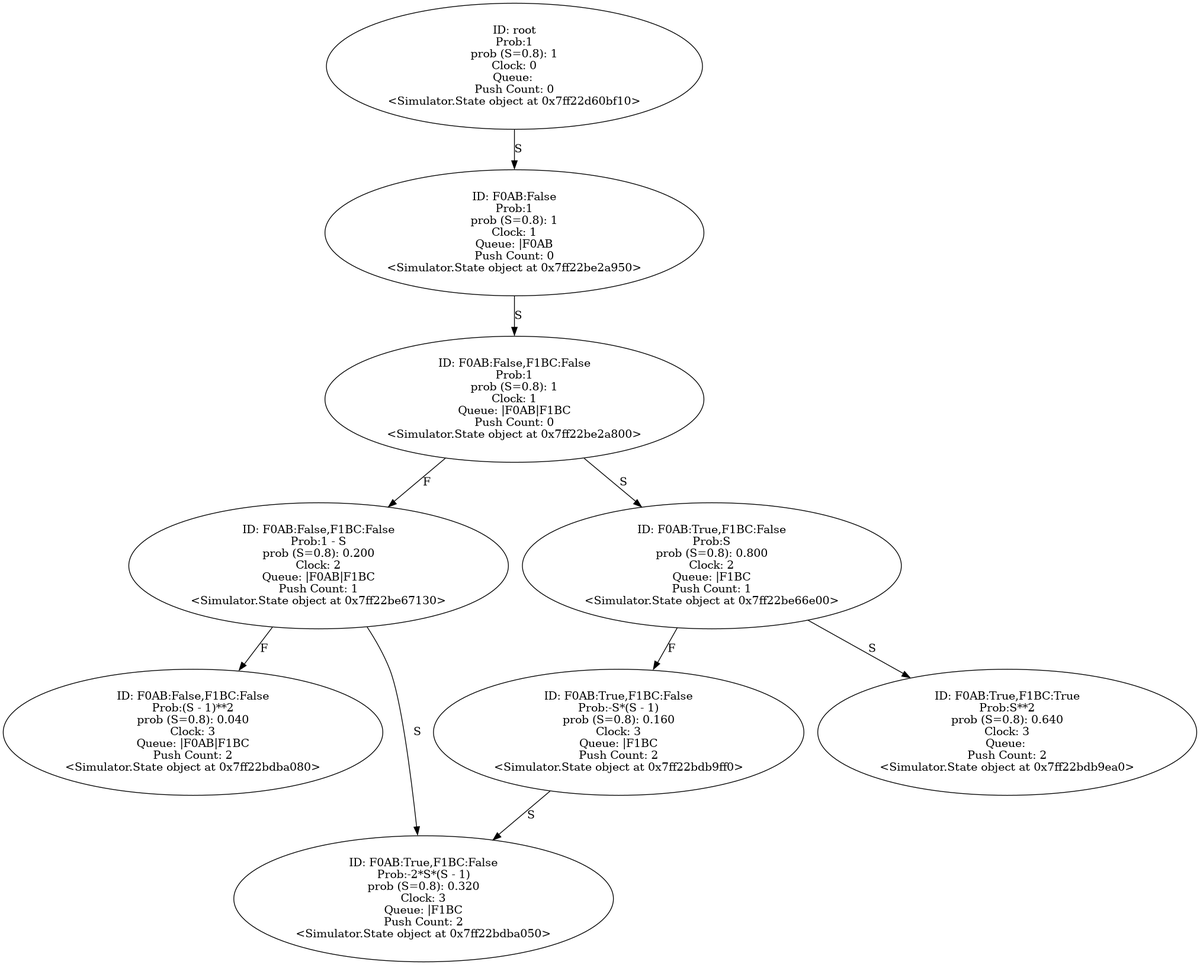
Above: Output/new_full_condition.wrp.gv.png in YasinBoloorchi/WARP-Simulator (Graphviz), before the change. Its source is kept beside it as Output/new_full_condition.wrp.gv.
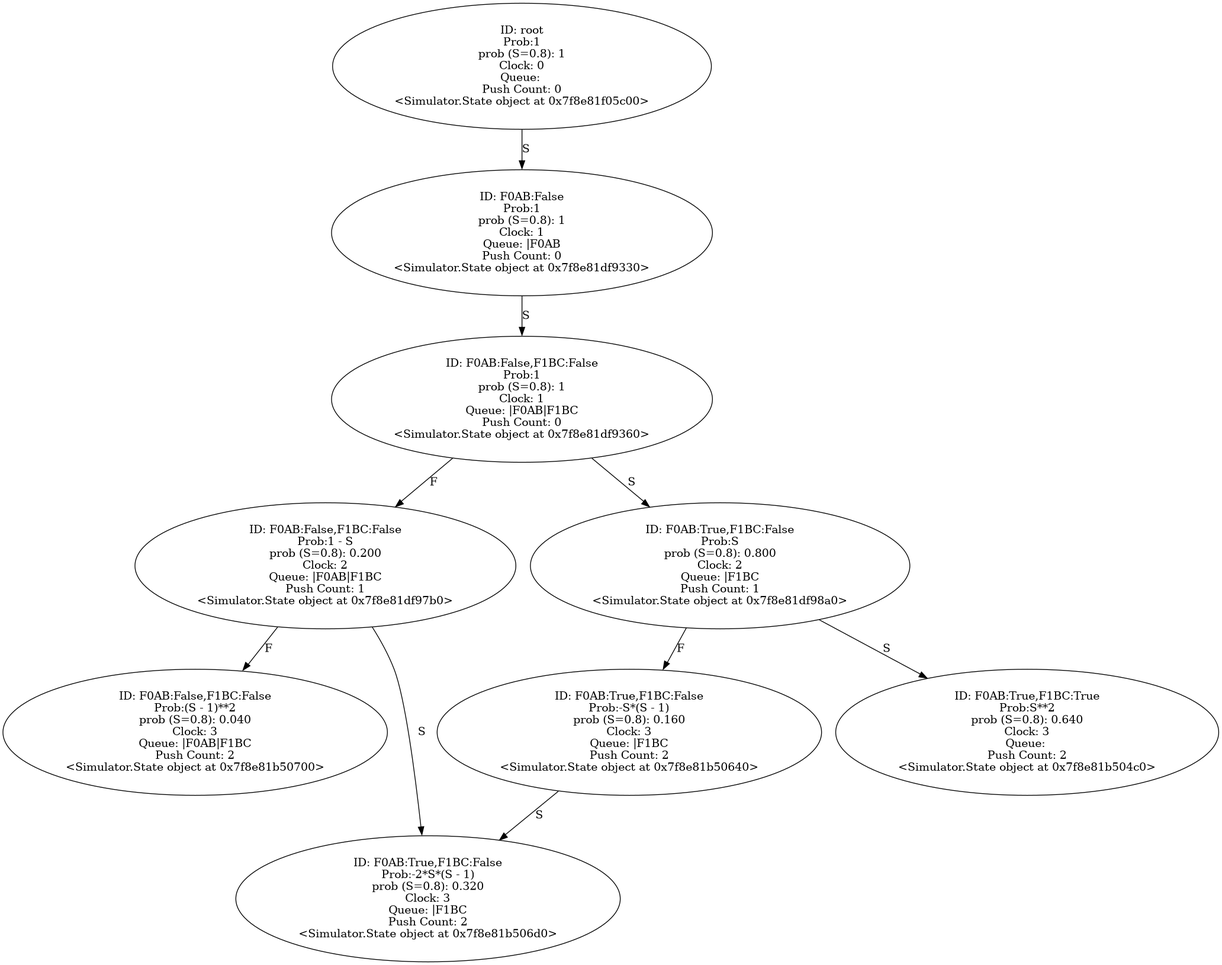
The same diagram one commit later.

Diff of the diagram source:
```diff
@@ -1,74 +1,74 @@
 digraph "./Output/new_full_condition.wrp" {
-	<Simulator.State object at 0x7ff22d60bf10> [label="ID: root
+	<Simulator.State object at 0x7f8e81f05c00> [label="ID: root
 Prob:1
 prob (S=0.8): 1
 Clock: 0
 Queue:
 Push Count: 0
-<Simulator.State object at 0x7ff22d60bf10>"]
-	<Simulator.State object at 0x7ff22d60bf10> -> <Simulator.State object at 0x7ff22be2a950> [label=S]
-	<Simulator.State object at 0x7ff22be2a950> [label="ID: F0AB:False
+<Simulator.State object at 0x7f8e81f05c00>"]
+	<Simulator.State object at 0x7f8e81f05c00> -> <Simulator.State object at 0x7f8e81df9330> [label=S]
+	<Simulator.State object at 0x7f8e81df9330> [label="ID: F0AB:False
 Prob:1
 prob (S=0.8): 1
 Clock: 1
 Queue: |F0AB
 Push Count: 0
-<Simulator.State object at 0x7ff22be2a950>"]
-	<Simulator.State object at 0x7ff22be2a950> -> <Simulator.State object at 0x7ff22be2a800> [label=S]
-	<Simulator.State object at 0x7ff22be2a800> [label="ID: F0AB:False,F1BC:False
+<Simulator.State object at 0x7f8e81df9330>"]
+	<Simulator.State object at 0x7f8e81df9330> -> <Simulator.State object at 0x7f8e81df9360> [label=S]
+	<Simulator.State object at 0x7f8e81df9360> [label="ID: F0AB:False,F1BC:False
 Prob:1
 prob (S=0.8): 1
 Clock: 1
 Queue: |F0AB|F1BC
 Push Count: 0
-<Simulator.State object at 0x7ff22be2a800>"]
-	<Simulator.State object at 0x7ff22be2a800> -> <Simulator.State object at 0x7ff22be67130> [label=F]
-	<Simulator.State object at 0x7ff22be2a800> -> <Simulator.State object at 0x7ff22be66e00> [label=S]
-	<Simulator.State object at 0x7ff22be67130> [label="ID: F0AB:False,F1BC:False
+<Simulator.State object at 0x7f8e81df9360>"]
+	<Simulator.State object at 0x7f8e81df9360> -> <Simulator.State object at 0x7f8e81df97b0> [label=F]
+	<Simulator.State object at 0x7f8e81df9360> -> <Simulator.State object at 0x7f8e81df98a0> [label=S]
+	<Simulator.State object at 0x7f8e81df97b0> [label="ID: F0AB:False,F1BC:False
 Prob:1 - S
 prob (S=0.8): 0.200
 Clock: 2
 Queue: |F0AB|F1BC
 Push Count: 1
-<Simulator.State object at 0x7ff22be67130>"]
-	<Simulator.State object at 0x7ff22be67130> -> <Simulator.State object at 0x7ff22bdba080> [label=F]
-	<Simulator.State object at 0x7ff22be67130> -> <Simulator.State object at 0x7ff22bdba050> [label=S]
-	<Simulator.State object at 0x7ff22be66e00> [label="ID: F0AB:True,F1BC:False
+<Simulator.State object at 0x7f8e81df97b0>"]
+	<Simulator.State object at 0x7f8e81df97b0> -> <Simulator.State object at 0x7f8e81b50700> [label=F]
+	<Simulator.State object at 0x7f8e81df97b0> -> <Simulator.State object at 0x7f8e81b506d0> [label=S]
+	<Simulator.State object at 0x7f8e81df98a0> [label="ID: F0AB:True,F1BC:False
 Prob:S
 prob (S=0.8): 0.800
 Clock: 2
 Queue: |F1BC
 Push Count: 1
-<Simulator.State object at 0x7ff22be66e00>"]
-	<Simulator.State object at 0x7ff22be66e00> -> <Simulator.State object at 0x7ff22bdb9ff0> [label=F]
-	<Simulator.State object at 0x7ff22be66e00> -> <Simulator.State object at 0x7ff22bdb9ea0> [label=S]
-	<Simulator.State object at 0x7ff22bdba080> [label="ID: F0AB:False,F1BC:False
+<Simulator.State object at 0x7f8e81df98a0>"]
+	<Simulator.State object at 0x7f8e81df98a0> -> <Simulator.State object at 0x7f8e81b50640> [label=F]
+	<Simulator.State object at 0x7f8e81df98a0> -> <Simulator.State object at 0x7f8e81b504c0> [label=S]
+	<Simulator.State object at 0x7f8e81b50700> [label="ID: F0AB:False,F1BC:False
 Prob:(S - 1)**2
 prob (S=0.8): 0.040
 Clock: 3
 Queue: |F0AB|F1BC
 Push Count: 2
-<Simulator.State object at 0x7ff22bdba080>"]
-	<Simulator.State object at 0x7ff22bdba050> [label="ID: F0AB:True,F1BC:False
+<Simulator.State object at 0x7f8e81b50700>"]
+	<Simulator.State object at 0x7f8e81b506d0> [label="ID: F0AB:True,F1BC:False
 Prob:-2*S*(S - 1)
 prob (S=0.8): 0.320
 Clock: 3
 Queue: |F1BC
 Push Count: 2
-<Simulator.State object at 0x7ff22bdba050>"]
-	<Simulator.State object at 0x7ff22bdb9ff0> [label="ID: F0AB:True,F1BC:False
+<Simulator.State object at 0x7f8e81b506d0>"]
+	<Simulator.State object at 0x7f8e81b50640> [label="ID: F0AB:True,F1BC:False
 Prob:-S*(S - 1)
 prob (S=0.8): 0.160
 Clock: 3
 Queue: |F1BC
 Push Count: 2
-<Simulator.State object at 0x7ff22bdb9ff0>"]
-	<Simulator.State object at 0x7ff22bdb9ff0> -> <Simulator.State object at 0x7ff22bdba050> [label=S]
-	<Simulator.State object at 0x7ff22bdb9ea0> [label="ID: F0AB:True,F1BC:True
+<Simulator.State object at 0x7f8e81b50640>"]
+	<Simulator.State object at 0x7f8e81b50640> -> <Simulator.State object at 0x7f8e81b506d0> [label=S]
+	<Simulator.State object at 0x7f8e81b504c0> [label="ID: F0AB:True,F1BC:True
 Prob:S**2
 prob (S=0.8): 0.640
 Clock: 3
 Queue:
 Push Count: 2
-<Simulator.State object at 0x7ff22bdb9ea0>"]
+<Simulator.State object at 0x7f8e81b504c0>"]
 }
```
